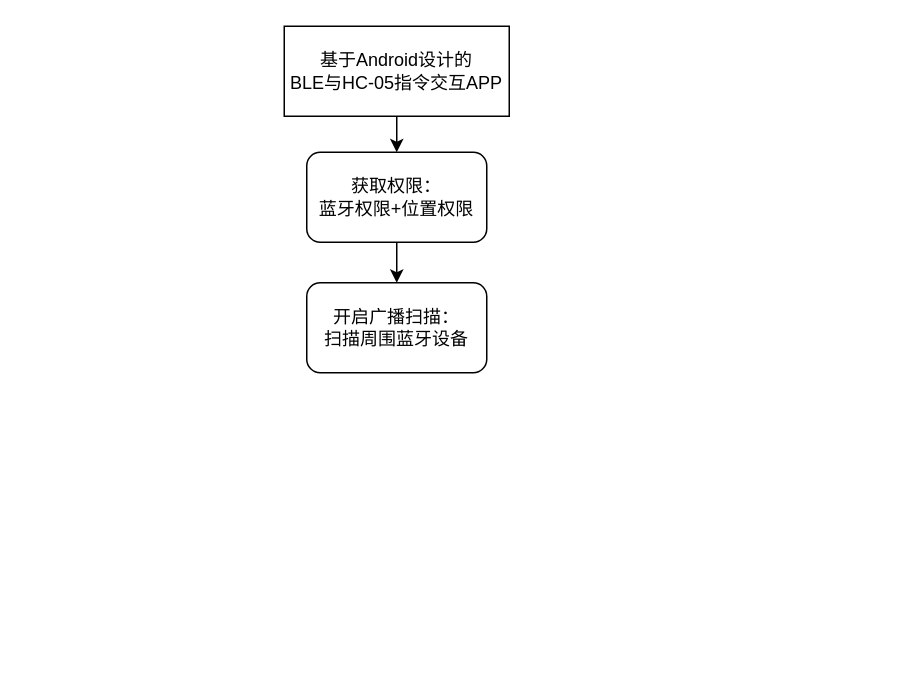
Above: 课设.drawio in AkiraZheng/diagrams (draw.io), before the change. Source tidied: cells renumbered, new cells numbered last; positions are measured from the earlier drawing's top-left corner, leaving out a move shared by most shapes. Both pictures are drawn from the tidied source at 150%, with x=0, y=0 at pixel (284, 26).
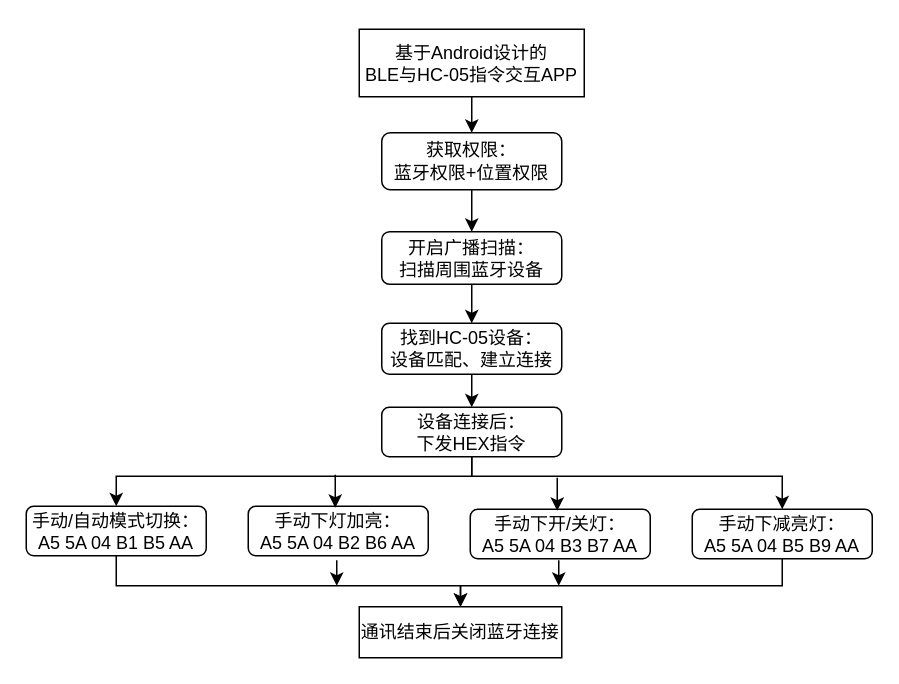
After the change.

Diff of the diagram source:
```diff
@@
     <mxCell id="3" value="基于Android设计的&lt;br&gt;BLE与HC-05指令交互APP" style="rounded=0;whiteSpace=wrap;html=1;" parent="1" vertex="1">
-      <mxGeometry width="150" height="60" as="geometry" />
+      <mxGeometry x="50" y="2" width="150" height="45" as="geometry" />
     </mxCell>
@@
     <mxCell id="5" value="获取权限：&lt;br&gt;蓝牙权限+位置权限" style="rounded=1;whiteSpace=wrap;html=1;" parent="1" vertex="1">
-      <mxGeometry x="15" y="84" width="120" height="60" as="geometry" />
+      <mxGeometry x="65" y="71" width="120" height="38" as="geometry" />
     </mxCell>
+    <mxCell id="7" style="edgeStyle=orthogonalEdgeStyle;rounded=0;jettySize=auto;html=1;" parent="1" edge="1" source="6" target="9">
+      <mxGeometry relative="1" as="geometry" />
+    </mxCell>
     <mxCell id="6" value="开启广播扫描：&lt;br&gt;扫描周围蓝牙设备" style="whiteSpace=wrap;html=1;rounded=1;" parent="1" vertex="1">
-      <mxGeometry x="15" y="171" width="120" height="60" as="geometry" />
+      <mxGeometry x="65" y="137" width="120" height="35" as="geometry" />
     </mxCell>
+    <mxCell id="8" style="edgeStyle=orthogonalEdgeStyle;rounded=0;jettySize=auto;html=1;" parent="1" edge="1" source="9" target="12">
+      <mxGeometry relative="1" as="geometry" />
+    </mxCell>
+    <mxCell id="9" value="找到HC-05设备：&lt;br&gt;设备匹配、建立连接" style="whiteSpace=wrap;html=1;rounded=1;" parent="1" vertex="1">
+      <mxGeometry x="65" y="198" width="120" height="34" as="geometry" />
+    </mxCell>
+    <mxCell id="10" style="edgeStyle=orthogonalEdgeStyle;rounded=0;jettySize=auto;html=1;exitX=0.5;exitY=1;exitDx=0;exitDy=0;entryX=0.5;entryY=0;entryDx=0;entryDy=0;" parent="1" edge="1" source="12" target="14">
+      <mxGeometry relative="1" as="geometry">
+        <Array as="points">
+          <mxPoint x="125" y="300" />
+          <mxPoint x="-112" y="300" />
+        </Array>
+      </mxGeometry>
+    </mxCell>
+    <mxCell id="11" style="edgeStyle=orthogonalEdgeStyle;rounded=0;jettySize=auto;html=1;exitX=0.5;exitY=1;exitDx=0;exitDy=0;entryX=0.5;entryY=0;entryDx=0;entryDy=0;" parent="1" edge="1" source="12" target="18">
+      <mxGeometry relative="1" as="geometry">
+        <Array as="points">
+          <mxPoint x="125" y="300" />
+          <mxPoint x="332" y="300" />
+        </Array>
+      </mxGeometry>
+    </mxCell>
+    <mxCell id="12" value="设备连接后：&lt;br&gt;下发HEX指令" style="whiteSpace=wrap;html=1;rounded=1;" parent="1" vertex="1">
+      <mxGeometry x="65" y="254" width="120" height="33" as="geometry" />
+    </mxCell>
+    <mxCell id="13" style="edgeStyle=orthogonalEdgeStyle;rounded=0;jettySize=auto;html=1;exitX=0.5;exitY=1;exitDx=0;exitDy=0;entryX=0.5;entryY=0;entryDx=0;entryDy=0;" parent="1" edge="1" source="14" target="21">
+      <mxGeometry relative="1" as="geometry">
+        <Array as="points">
+          <mxPoint x="-112" y="373" />
+          <mxPoint x="118" y="373" />
+        </Array>
+      </mxGeometry>
+    </mxCell>
+    <mxCell id="14" value="手动/自动模式切换：&lt;br&gt;A5 5A 04 B1 B5 AA" style="whiteSpace=wrap;html=1;rounded=1;" parent="1" vertex="1">
+      <mxGeometry x="-172" y="320" width="120" height="33" as="geometry" />
+    </mxCell>
+    <mxCell id="15" value="手动下灯加亮：&lt;br&gt;A5 5A 04 B2 B6 AA" style="whiteSpace=wrap;html=1;rounded=1;" parent="1" vertex="1">
+      <mxGeometry x="-24" y="320" width="120" height="33" as="geometry" />
+    </mxCell>
+    <mxCell id="16" value="手动下开/关灯：&lt;br&gt;A5 5A 04 B3 B7 AA" style="whiteSpace=wrap;html=1;rounded=1;" parent="1" vertex="1">
+      <mxGeometry x="124" y="322" width="120" height="33" as="geometry" />
+    </mxCell>
+    <mxCell id="17" style="edgeStyle=orthogonalEdgeStyle;rounded=0;jettySize=auto;html=1;exitX=0.5;exitY=1;exitDx=0;exitDy=0;entryX=0.5;entryY=0;entryDx=0;entryDy=0;" parent="1" edge="1" source="18" target="21">
+      <mxGeometry relative="1" as="geometry">
+        <Array as="points">
+          <mxPoint x="332" y="373" />
+          <mxPoint x="118" y="373" />
+        </Array>
+      </mxGeometry>
+    </mxCell>
+    <mxCell id="18" value="手动下减亮灯：&lt;br&gt;A5 5A 04 B5 B9 AA" style="whiteSpace=wrap;html=1;rounded=1;" parent="1" vertex="1">
+      <mxGeometry x="272" y="322" width="120" height="33" as="geometry" />
+    </mxCell>
+    <mxCell id="19" style="endArrow=classic;html=1;rounded=0;" parent="1" edge="1">
+      <mxGeometry relative="1" as="geometry">
+        <mxPoint x="34" y="304" as="sourcePoint" />
+        <mxPoint x="34" y="321" as="targetPoint" />
+        <Array as="points">
+          <mxPoint x="34" y="299" />
+        </Array>
+      </mxGeometry>
+    </mxCell>
+    <mxCell id="20" style="endArrow=classic;html=1;rounded=0;" parent="1" edge="1">
+      <mxGeometry relative="1" as="geometry">
+        <mxPoint x="182" y="306" as="sourcePoint" />
+        <mxPoint x="182" y="323" as="targetPoint" />
+        <Array as="points">
+          <mxPoint x="182" y="301" />
+        </Array>
+      </mxGeometry>
+    </mxCell>
+    <mxCell id="21" value="通讯结束后关闭蓝牙连接" style="rounded=0;whiteSpace=wrap;html=1;" parent="1" vertex="1">
+      <mxGeometry x="50" y="387" width="135" height="34" as="geometry" />
+    </mxCell>
+    <mxCell id="22" style="endArrow=classic;html=1;rounded=0;" parent="1" edge="1">
+      <mxGeometry relative="1" as="geometry">
+        <mxPoint x="35" y="356" as="sourcePoint" />
+        <mxPoint x="35" y="373" as="targetPoint" />
+      </mxGeometry>
+    </mxCell>
+    <mxCell id="23" style="endArrow=classic;html=1;rounded=0;" parent="1" edge="1">
+      <mxGeometry relative="1" as="geometry">
+        <mxPoint x="183" y="356" as="sourcePoint" />
+        <mxPoint x="183" y="373" as="targetPoint" />
+      </mxGeometry>
+    </mxCell>
```
